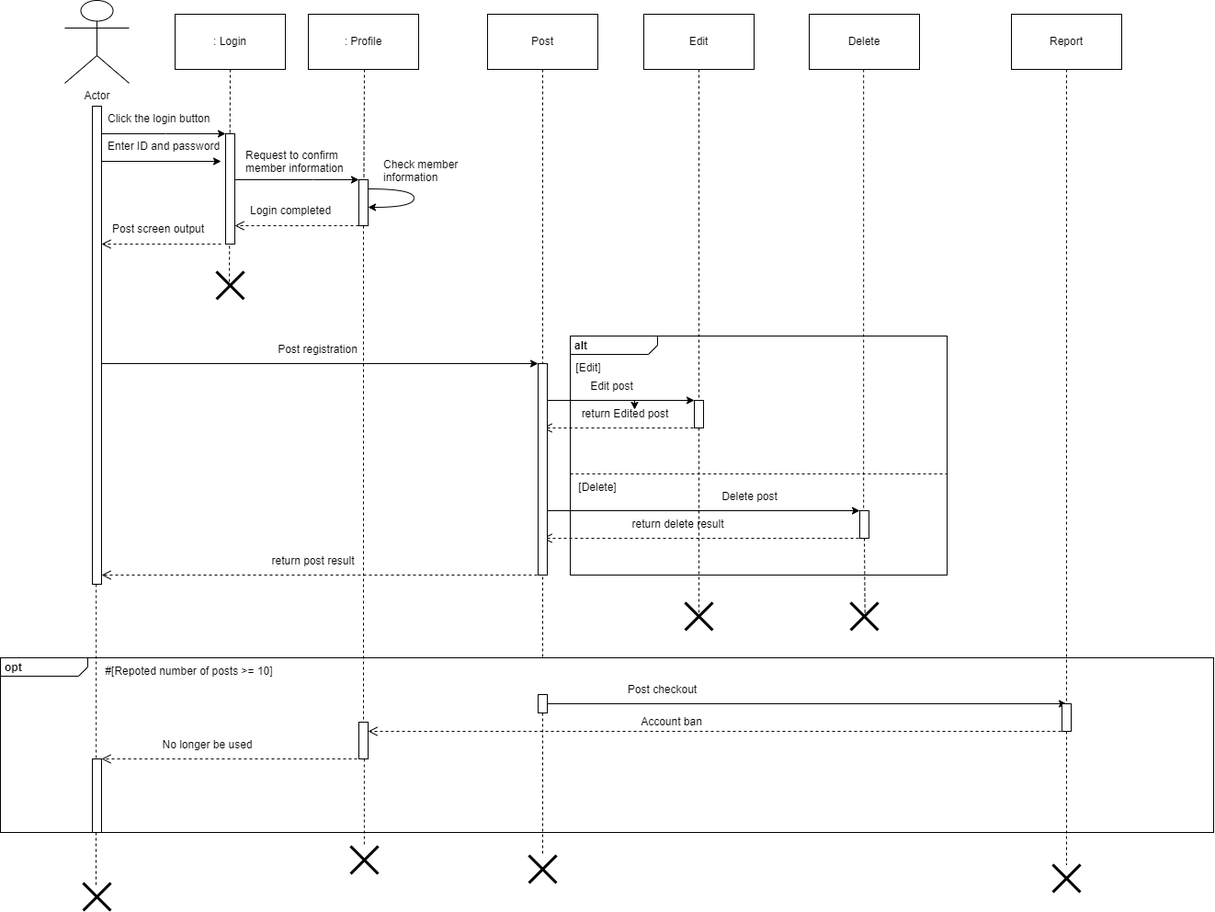
Above: 60192223/개별과제#2 유스케이스 명세서/개별과제#4 순차다이어그램/소프트웨어공학_개별과제#4.drawio.png in LeeDongHyun1324/in3 (draw.io), before the change. Source tidied: cells renumbered, new cells last; positions are measured from the earlier drawing's top-left corner, leaving out a move shared by most shapes.
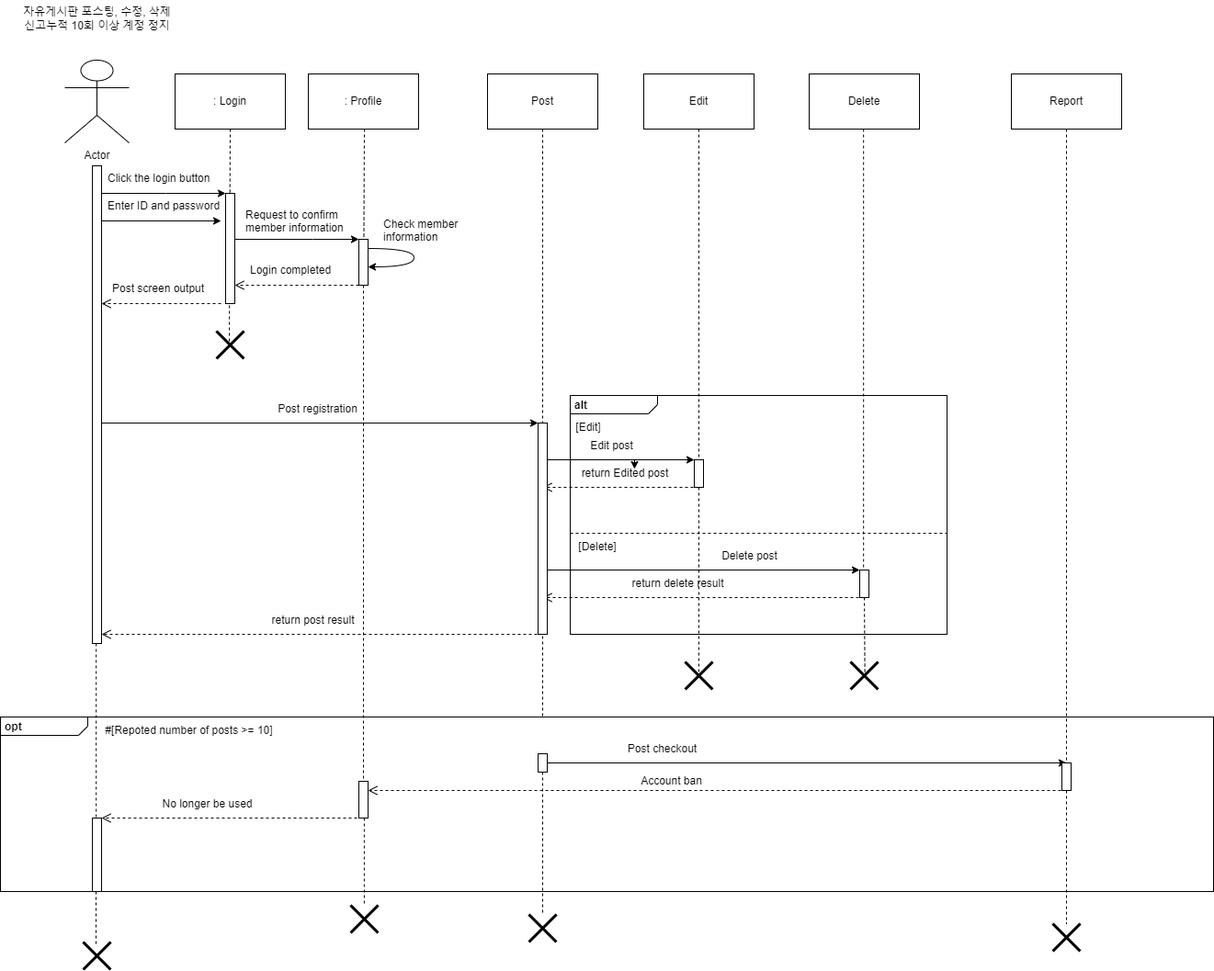
Later version of the same file.

Commit message:
순차다이어그램

Diff of the diagram source:
```diff
@@ -299,5 +299,8 @@
     <mxCell id="76" style="shape=umlDestroy;whiteSpace=wrap;html=1;strokeWidth=3;targetShapes=umlLifeline;" parent="1" vertex="1">
       <mxGeometry x="90" y="960" width="30" height="30" as="geometry" />
     </mxCell>
+    <mxCell id="77" value="자유게시판 포스팅, 수정, 삭제&lt;br&gt;신고누적 10회 이상 계정 정지" style="text;html=1;align=center;verticalAlign=middle;strokeColor=none;fillColor=none;" parent="1" vertex="1">
+      <mxGeometry x="15" y="-65" width="180" height="40" as="geometry" />
+    </mxCell>
   </root>
 </mxGraphModel>
```
